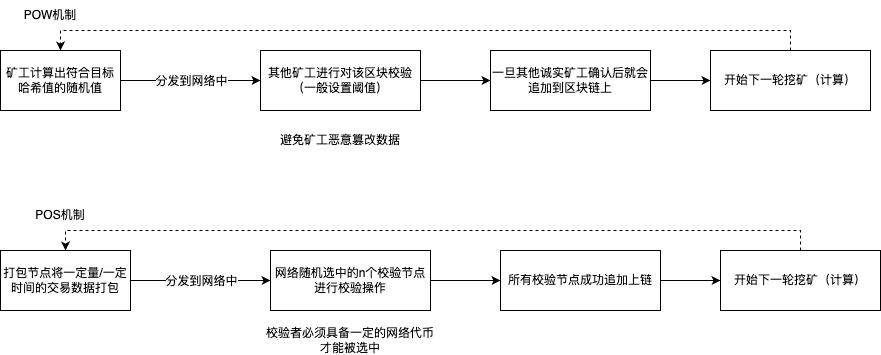
This is 区块链:POW/POS机制.drawio.png from JYbill/draw, a draw.io export, as it was before one commit. Source tidied: cells renumbered, new cells last; positions are measured from the earlier drawing's top-left corner, leaving out a move shared by most shapes.
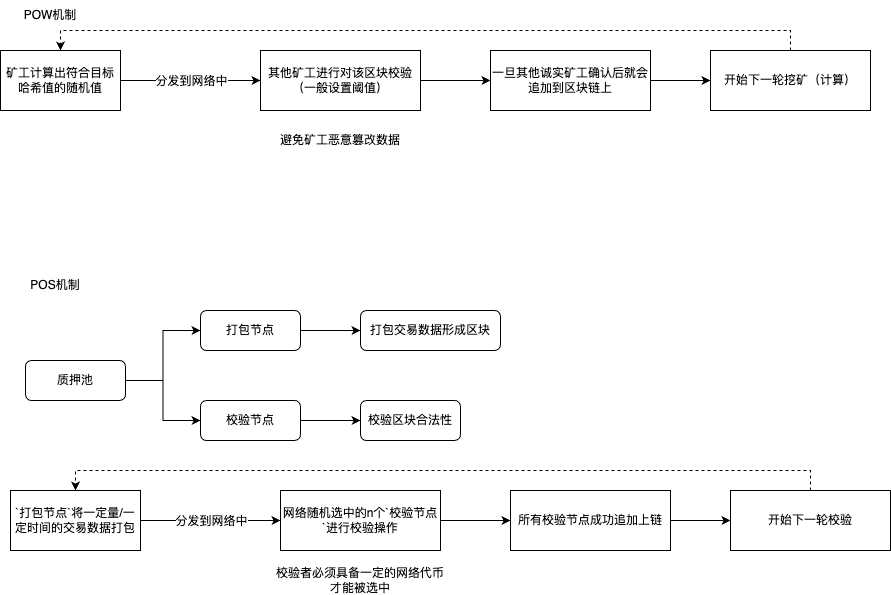
After the change.

Change to the diagram source:
```diff
@@ -45,32 +45,59 @@
         <mxPoint x="20" y="1" as="offset" />
       </mxGeometry>
     </mxCell>
-    <mxCell id="15" value="打包节点将一定量/一定时间的交易数据打包" style="rounded=0;whiteSpace=wrap;html=1;" parent="1" vertex="1">
-      <mxGeometry y="250" width="130" height="60" as="geometry" />
+    <mxCell id="15" value="`打包节点`将一定量/一定时间的交易数据打包" style="rounded=0;whiteSpace=wrap;html=1;" parent="1" vertex="1">
+      <mxGeometry x="10" y="490" width="130" height="60" as="geometry" />
     </mxCell>
     <mxCell id="16" value="POS机制" style="text;html=1;strokeColor=none;fillColor=none;align=center;verticalAlign=middle;whiteSpace=wrap;rounded=0;" parent="1" vertex="1">
-      <mxGeometry x="30" y="200" width="60" height="30" as="geometry" />
+      <mxGeometry x="25" y="270" width="60" height="30" as="geometry" />
     </mxCell>
     <mxCell id="17" style="edgeStyle=orthogonalEdgeStyle;rounded=0;jettySize=auto;html=1;exitX=1;exitY=0.5;exitDx=0;exitDy=0;" parent="1" edge="1" source="18" target="21">
       <mxGeometry relative="1" as="geometry" />
     </mxCell>
-    <mxCell id="18" value="网络随机选中的n个校验节点进行校验操作" style="rounded=0;whiteSpace=wrap;html=1;" parent="1" vertex="1">
-      <mxGeometry x="270" y="250" width="160" height="60" as="geometry" />
+    <mxCell id="18" value="网络随机选中的n个`校验节点`进行校验操作" style="rounded=0;whiteSpace=wrap;html=1;" parent="1" vertex="1">
+      <mxGeometry x="280" y="490" width="160" height="60" as="geometry" />
     </mxCell>
     <mxCell id="19" value="校验者必须具备一定的网络代币才能被选中" style="text;html=1;strokeColor=none;fillColor=none;align=center;verticalAlign=middle;whiteSpace=wrap;rounded=0;" parent="1" vertex="1">
-      <mxGeometry x="260" y="330" width="180" height="20" as="geometry" />
+      <mxGeometry x="270" y="570" width="180" height="20" as="geometry" />
     </mxCell>
     <mxCell id="20" style="edgeStyle=orthogonalEdgeStyle;rounded=0;jettySize=auto;html=1;exitX=1;exitY=0.5;exitDx=0;exitDy=0;" parent="1" edge="1" source="21" target="23">
       <mxGeometry relative="1" as="geometry" />
     </mxCell>
     <mxCell id="21" value="所有校验节点成功追加上链" style="rounded=0;whiteSpace=wrap;html=1;" parent="1" vertex="1">
-      <mxGeometry x="500" y="250" width="160" height="60" as="geometry" />
+      <mxGeometry x="510" y="490" width="160" height="60" as="geometry" />
     </mxCell>
     <mxCell id="22" style="edgeStyle=orthogonalEdgeStyle;rounded=0;jettySize=auto;html=1;exitX=0.5;exitY=0;exitDx=0;exitDy=0;entryX=0.5;entryY=0;entryDx=0;entryDy=0;dashed=1;" parent="1" edge="1" source="23" target="15">
       <mxGeometry relative="1" as="geometry" />
     </mxCell>
-    <mxCell id="23" value="开始下一轮挖矿（计算）" style="rounded=0;whiteSpace=wrap;html=1;" parent="1" vertex="1">
-      <mxGeometry x="720" y="250" width="160" height="60" as="geometry" />
+    <mxCell id="23" value="开始下一轮校验" style="rounded=0;whiteSpace=wrap;html=1;" parent="1" vertex="1">
+      <mxGeometry x="730" y="490" width="160" height="60" as="geometry" />
     </mxCell>
+    <mxCell id="24" style="edgeStyle=orthogonalEdgeStyle;rounded=0;jettySize=auto;html=1;exitX=1;exitY=0.5;exitDx=0;exitDy=0;entryX=0;entryY=0.5;entryDx=0;entryDy=0;" parent="1" edge="1" source="26" target="28">
+      <mxGeometry relative="1" as="geometry" />
+    </mxCell>
+    <mxCell id="25" style="edgeStyle=orthogonalEdgeStyle;rounded=0;jettySize=auto;html=1;exitX=1;exitY=0.5;exitDx=0;exitDy=0;entryX=0;entryY=0.5;entryDx=0;entryDy=0;" parent="1" edge="1" source="26" target="30">
+      <mxGeometry relative="1" as="geometry" />
+    </mxCell>
+    <mxCell id="26" value="质押池" style="rounded=1;whiteSpace=wrap;html=1;" parent="1" vertex="1">
+      <mxGeometry x="25" y="360" width="100" height="40" as="geometry" />
+    </mxCell>
+    <mxCell id="27" style="edgeStyle=orthogonalEdgeStyle;rounded=0;jettySize=auto;html=1;exitX=1;exitY=0.5;exitDx=0;exitDy=0;" parent="1" edge="1" source="28" target="31">
+      <mxGeometry relative="1" as="geometry" />
+    </mxCell>
+    <mxCell id="28" value="打包节点" style="rounded=1;whiteSpace=wrap;html=1;" parent="1" vertex="1">
+      <mxGeometry x="200" y="310" width="100" height="40" as="geometry" />
+    </mxCell>
+    <mxCell id="29" style="edgeStyle=orthogonalEdgeStyle;rounded=0;jettySize=auto;html=1;exitX=1;exitY=0.5;exitDx=0;exitDy=0;entryX=0;entryY=0.5;entryDx=0;entryDy=0;" parent="1" edge="1" source="30" target="32">
+      <mxGeometry relative="1" as="geometry" />
+    </mxCell>
+    <mxCell id="30" value="校验节点" style="rounded=1;whiteSpace=wrap;html=1;" parent="1" vertex="1">
+      <mxGeometry x="200" y="400" width="100" height="40" as="geometry" />
+    </mxCell>
+    <mxCell id="31" value="打包交易数据形成区块" style="rounded=1;whiteSpace=wrap;html=1;" parent="1" vertex="1">
+      <mxGeometry x="360" y="310" width="140" height="40" as="geometry" />
+    </mxCell>
+    <mxCell id="32" value="校验区块合法性" style="rounded=1;whiteSpace=wrap;html=1;" parent="1" vertex="1">
+      <mxGeometry x="360" y="400" width="100" height="40" as="geometry" />
+    </mxCell>
   </root>
 </mxGraphModel>
```
